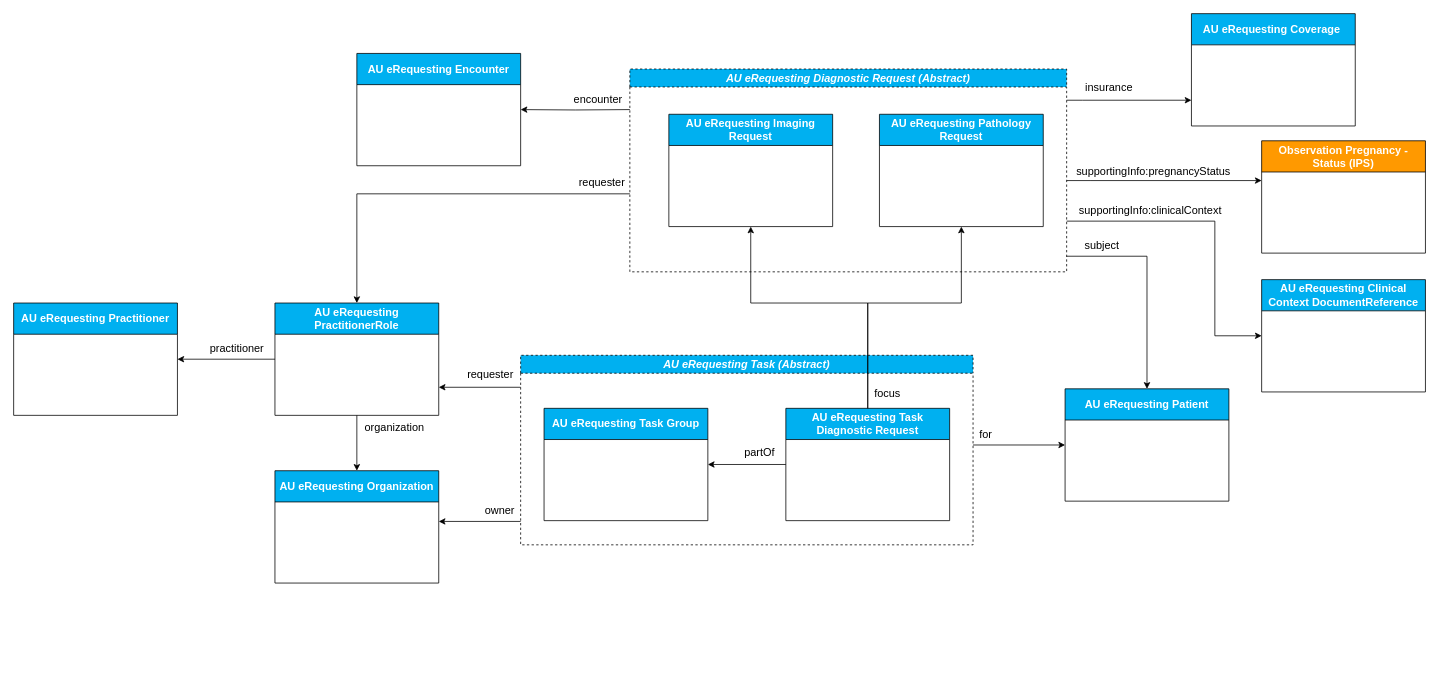
This is page "au-erequesting-profiles" (2 of 4) of input/images-source/au-erequesting-profiles.drawio from hl7au/au-fhir-erequesting, a draw.io file, before an edit. Source tidied: cells renumbered, new cells numbered last; positions are measured from the earlier drawing's top-left corner, leaving out a move shared by most shapes. Both pictures are drawn from the tidied source at 78%, with x=0, y=0 at pixel (13, 13).
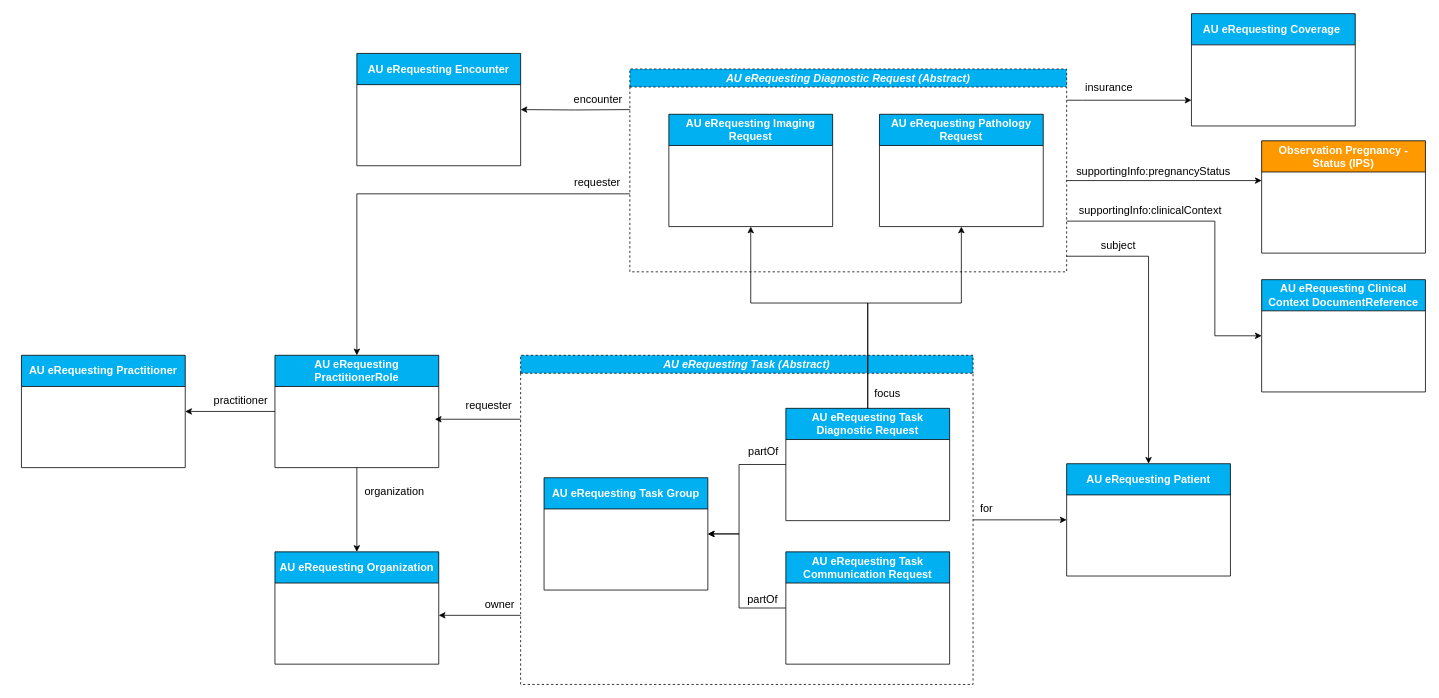
Above is the later version.

Commit message (it also covers changes not shown here):
Added additional description of profile inlay diagrams and included Communication Request Task within the Task abstract

The change refers to these unchanged cells:
```xml
<mxCell id="4" value="&lt;font style=&quot;font-size: 14px;&quot;&gt;AU eRequesting Task Diagnostic Request&lt;/font&gt;" style="swimlane;whiteSpace=wrap;html=1;startSize=40;fillColor=#00B0F0;fontColor=#FFFFFF;" parent="2" vertex="1">
  <mxGeometry x="340" y="68" width="210" height="144" as="geometry" />
</mxCell>
```

Diff of the diagram source:
```diff
@@
     <mxCell id="2" value="&lt;i&gt;&lt;font style=&quot;font-size: 14px;&quot;&gt;AU eRequesting Task (Abstract)&lt;/font&gt;&lt;/i&gt;" style="swimlane;whiteSpace=wrap;html=1;startSize=23;fillColor=#00B0F0;fontColor=#FFFFFF;dashed=1;" parent="1" vertex="1">
-      <mxGeometry x="650" y="438" width="580" height="243" as="geometry" />
+      <mxGeometry x="650" y="438" width="580" height="422" as="geometry" />
     </mxCell>
     <mxCell id="3" value="&lt;font style=&quot;font-size: 14px;&quot;&gt;AU eRequesting Task Group&lt;/font&gt;" style="swimlane;whiteSpace=wrap;html=1;startSize=40;fillColor=#00B0F0;fontColor=#FFFFFF;" parent="2" vertex="1">
-      <mxGeometry x="30" y="68" width="210" height="144" as="geometry" />
+      <mxGeometry x="30" y="157" width="210" height="144" as="geometry" />
     </mxCell>
@@
     <mxCell id="5" style="edgeStyle=orthogonalEdgeStyle;rounded=0;jettySize=auto;html=1;entryX=1;entryY=0.5;entryDx=0;entryDy=0;exitX=0;exitY=0.5;exitDx=0;exitDy=0;" parent="2" edge="1" source="4" target="3">
-      <mxGeometry relative="1" as="geometry" />
+      <mxGeometry relative="1" as="geometry">
+        <Array as="points">
+          <mxPoint x="280" y="140" />
+          <mxPoint x="280" y="229" />
+        </Array>
+      </mxGeometry>
     </mxCell>
     <mxCell id="6" value="&lt;font style=&quot;font-size: 14px;&quot;&gt;partOf&lt;/font&gt;" style="edgeLabel;html=1;align=center;verticalAlign=middle;" parent="5" vertex="1">
       <mxGeometry x="0.12" relative="1" as="geometry">
-        <mxPoint x="21" y="-17" as="offset" />
+        <mxPoint x="30" y="-64" as="offset" />
       </mxGeometry>
     </mxCell>
+    <mxCell id="43" style="edgeStyle=orthogonalEdgeStyle;rounded=0;jettySize=auto;html=1;entryX=1;entryY=0.5;entryDx=0;entryDy=0;" parent="2" edge="1" source="45" target="3">
+      <mxGeometry relative="1" as="geometry">
+        <Array as="points">
+          <mxPoint x="280" y="324" />
+          <mxPoint x="280" y="229" />
+        </Array>
+      </mxGeometry>
+    </mxCell>
+    <mxCell id="44" value="&lt;font style=&quot;font-size: 14px;&quot;&gt;partOf&lt;/font&gt;" style="edgeLabel;html=1;align=center;verticalAlign=middle;" parent="43" vertex="1">
+      <mxGeometry x="-0.65" relative="1" as="geometry">
+        <mxPoint x="3" y="-12" as="offset" />
+      </mxGeometry>
+    </mxCell>
+    <mxCell id="45" value="&lt;font style=&quot;font-size: 14px;&quot;&gt;AU eRequesting Task Communication Request&lt;/font&gt;" style="swimlane;whiteSpace=wrap;html=1;startSize=40;fillColor=#00B0F0;fontColor=#FFFFFF;" parent="2" vertex="1">
+      <mxGeometry x="340" y="252" width="210" height="144" as="geometry" />
+    </mxCell>
@@
     <mxCell id="18" value="&lt;font style=&quot;font-size: 14px;&quot;&gt;AU eRequesting Patient&lt;/font&gt;" style="swimlane;whiteSpace=wrap;html=1;fillColor=#00B0F0;fontColor=#FFFFFF;strokeColor=default;align=center;verticalAlign=middle;fontFamily=Helvetica;fontSize=12;fontStyle=1;startSize=40;" parent="1" vertex="1">
-      <mxGeometry x="1348" y="481" width="210" height="144" as="geometry" />
+      <mxGeometry x="1350" y="577" width="210" height="144" as="geometry" />
     </mxCell>
@@
     <mxCell id="21" value="&lt;font style=&quot;font-size: 14px;&quot;&gt;AU eRequesting PractitionerRole&lt;/font&gt;" style="swimlane;whiteSpace=wrap;html=1;fillColor=#00B0F0;fontColor=#FFFFFF;strokeColor=default;align=center;verticalAlign=middle;fontFamily=Helvetica;fontSize=12;fontStyle=1;startSize=40;" parent="1" vertex="1">
-      <mxGeometry x="335" y="371" width="210" height="144" as="geometry" />
+      <mxGeometry x="335" y="438" width="210" height="144" as="geometry" />
     </mxCell>
@@
-    <mxCell id="27" style="rounded=0;jettySize=auto;html=1;edgeStyle=elbowEdgeStyle;flowAnimation=0;jumpStyle=arc;entryX=0;entryY=0.5;entryDx=0;entryDy=0;" parent="1" edge="1" target="18">
-      <mxGeometry relative="1" as="geometry">
-        <mxPoint x="1230" y="553" as="sourcePoint" />
-      </mxGeometry>
+    <mxCell id="27" style="rounded=0;jettySize=auto;html=1;edgeStyle=elbowEdgeStyle;flowAnimation=0;jumpStyle=arc;entryX=0;entryY=0.5;entryDx=0;entryDy=0;exitX=1;exitY=0.5;exitDx=0;exitDy=0;" parent="1" edge="1" source="2" target="18">
+      <mxGeometry relative="1" as="geometry" />
     </mxCell>
@@
-    <mxCell id="29" style="rounded=0;jettySize=auto;html=1;edgeStyle=elbowEdgeStyle;entryX=1;entryY=0.75;entryDx=0;entryDy=0;jumpStyle=arc;" parent="1" edge="1" target="21">
+    <mxCell id="29" style="rounded=0;orthogonalLoop=1;jettySize=auto;html=1;edgeStyle=elbowEdgeStyle;jumpStyle=arc;" parent="1" edge="1">
       <mxGeometry relative="1" as="geometry">
-        <mxPoint x="650" y="479" as="sourcePoint" />
+        <mxPoint x="650" y="520" as="sourcePoint" />
+        <mxPoint x="540" y="520" as="targetPoint" />
         <Array as="points">
           <mxPoint x="610" y="561" />
         </Array>
       </mxGeometry>
     </mxCell>
@@
     <mxCell id="31" value="&lt;font style=&quot;font-size: 14px;&quot;&gt;AU eRequesting Organization&lt;/font&gt;" style="swimlane;whiteSpace=wrap;html=1;fillColor=#00B0F0;fontColor=#FFFFFF;direction=east;startSize=40;strokeColor=default;align=center;verticalAlign=middle;fontFamily=Helvetica;fontSize=12;fontStyle=1;" parent="1" vertex="1">
-      <mxGeometry x="335" y="586" width="210" height="144" as="geometry" />
+      <mxGeometry x="335" y="690" width="210" height="144" as="geometry" />
     </mxCell>
     <mxCell id="32" style="rounded=0;orthogonalLoop=1;jettySize=auto;html=1;edgeStyle=elbowEdgeStyle;elbow=vertical;jumpStyle=arc;" parent="1" edge="1">
       <mxGeometry relative="1" as="geometry">
-        <mxPoint x="650" y="651" as="sourcePoint" />
-        <mxPoint x="545" y="651" as="targetPoint" />
+        <mxPoint x="650" y="771.4" as="sourcePoint" />
+        <mxPoint x="545" y="771.4" as="targetPoint" />
         <Array as="points">
-          <mxPoint x="610" y="651" />
+          <mxPoint x="610" y="771.4" />
         </Array>
       </mxGeometry>
     </mxCell>
@@
     <mxCell id="39" value="&lt;font style=&quot;font-size: 14px;&quot;&gt;AU eRequesting Practitioner&lt;/font&gt;" style="swimlane;whiteSpace=wrap;html=1;fillColor=#00B0F0;fontColor=#FFFFFF;strokeColor=default;align=center;verticalAlign=middle;fontFamily=Helvetica;fontSize=12;fontStyle=1;startSize=40;" parent="1" vertex="1">
-      <mxGeometry y="371" width="210" height="144" as="geometry" />
+      <mxGeometry x="10" y="438" width="210" height="144" as="geometry" />
     </mxCell>
```
